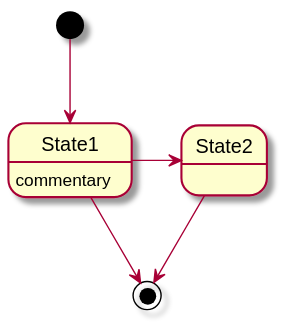
Earlier version of the PlantUML export USantaTecla/tech-plantuml/images/Ejemplo86.svg (USantaTecla-0-general/3-publicaciones). The source it was exported from:
```plantuml
@startuml
State1 : commentary
[*] --> State1
State1 --> [*]
State1 -> State2
State2 --> [*]
@enduml
```
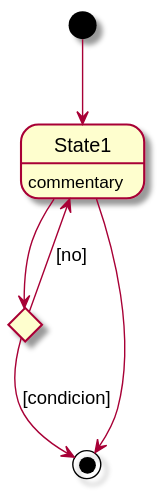
Above is the later version.

The edit, as a diff of the source:
```diff
@@ -1,7 +1,11 @@
 @startuml
+state State1
+state State2 <<choice>>
+
 State1 : commentary
 [*] --> State1
 State1 --> [*]
 State1 -> State2
-State2 --> [*]
+State2 --> [*] : [condicion]
+State2 --> State1 : [no]
 @enduml
```
